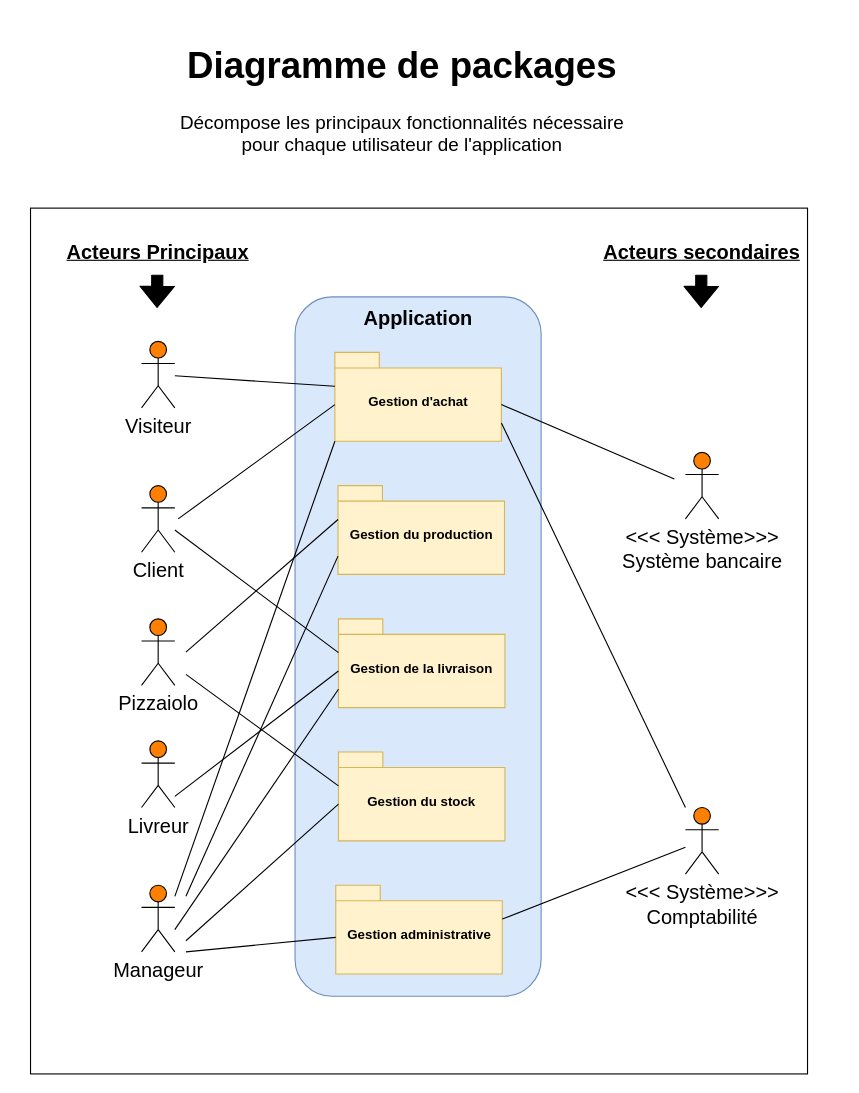
Maayaavi/OC_Project_4 keeps this draw.io diagram as Package Diagram.drawio. Above is the earlier version. Source tidied: cells renumbered, new cells numbered last; positions are measured from the earlier drawing's top-left corner, leaving out a move shared by most shapes. Both pictures are drawn from the tidied source at 111%, with x=0, y=0 at pixel (19, 30).
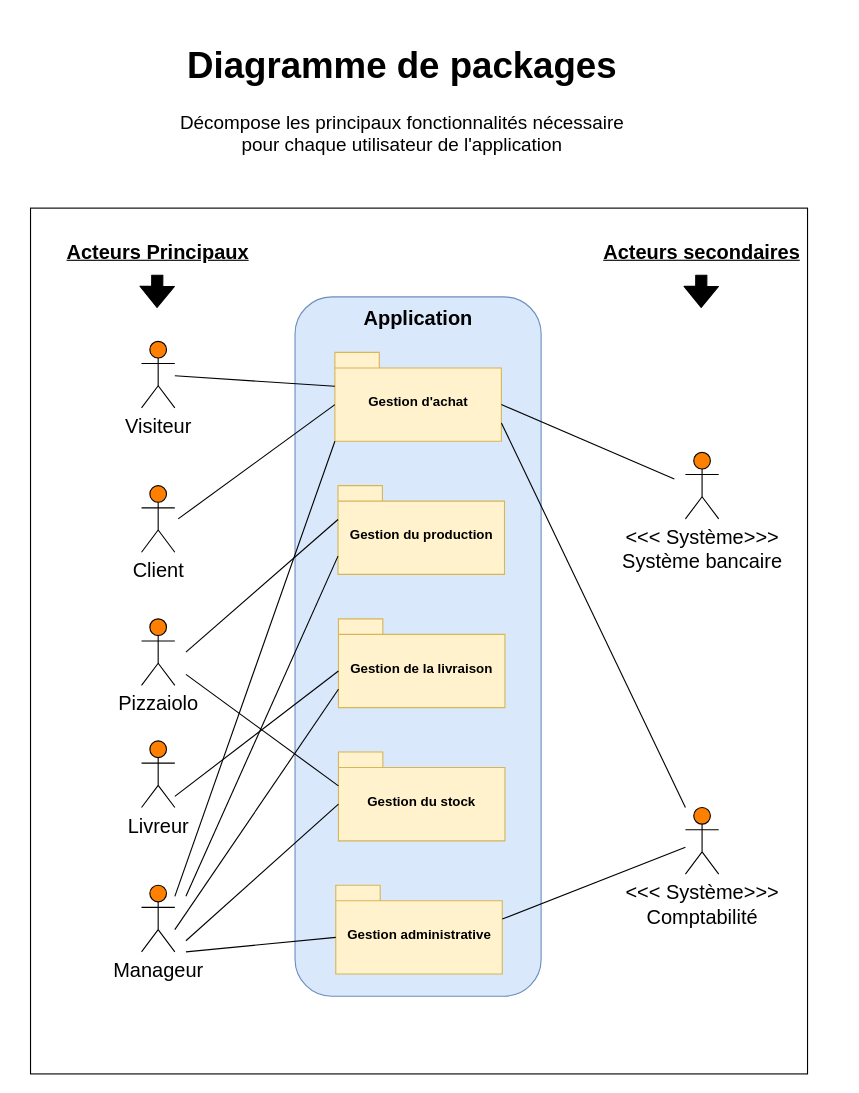
Above is the later version.

The change refers to these unchanged cells:
```xml
<mxCell id="19" value="Gestion de la livraison" style="shape=folder;fontStyle=1;spacingTop=10;tabWidth=40;tabHeight=14;tabPosition=left;html=1;fillColor=#fff2cc;strokeColor=#d6b656;" parent="1" vertex="1">
  <mxGeometry x="287.4" y="530" width="150" height="80" as="geometry" />
</mxCell>
```

Change to the diagram source:
```diff
@@
-    <mxCell id="29" style="endArrow=none;html=1;entryX=0;entryY=0;entryDx=0;entryDy=30.5;entryPerimeter=0;" parent="1" edge="1" target="19">
-      <mxGeometry relative="1" as="geometry">
-        <mxPoint x="140" y="450" as="sourcePoint" />
-      </mxGeometry>
-    </mxCell>
```
